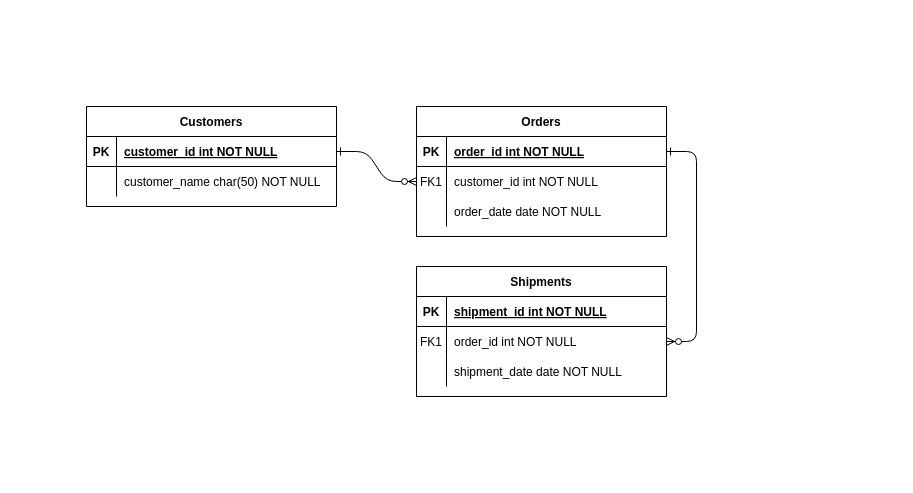
The draw.io diagram diagramaSelfInf.drawio in LeonNegrete/grupo_2_SelfInd, before the edit. Source tidied: cells renumbered, new cells numbered last; positions are measured from the earlier drawing's top-left corner, leaving out a move shared by most shapes. Both pictures are drawn from the tidied source at 100%, with x=0, y=0 at pixel (86, 106).
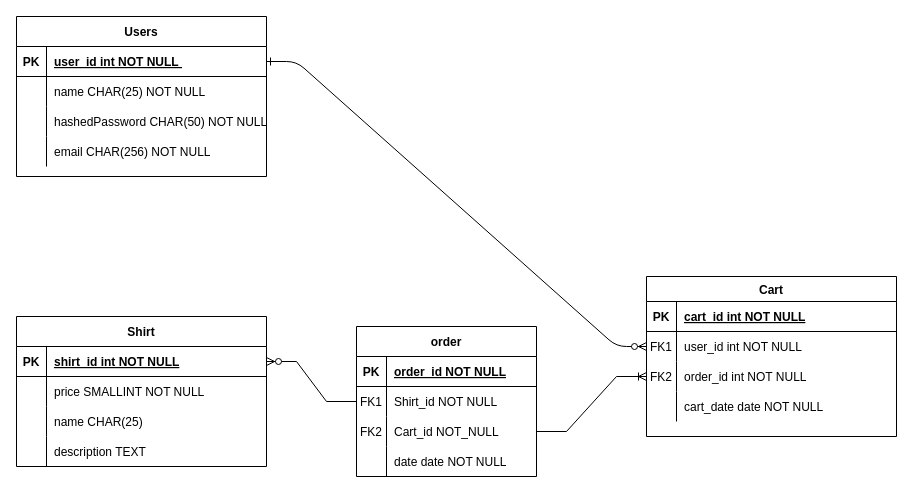
The same diagram, later.

Unchanged cells that the change refers to:
```xml
<mxCell id="25" style="shape=partialRectangle;fillColor=none;points=[[0,0.5],[1,0.5]];portConstraint=eastwest;top=0;left=0;right=0;bottom=1;" parent="24" vertex="1">
  <mxGeometry y="30" width="250" height="30" as="geometry" />
</mxCell>
<mxCell id="28" style="shape=partialRectangle;fillColor=none;top=0;left=0;right=0;bottom=0;" parent="24" vertex="1">
  <mxGeometry y="60" width="250" height="30" as="geometry" />
</mxCell>
```

What changed in the source:
```diff
@@
-    <mxCell id="3" style="edgeStyle=entityRelationEdgeStyle;endArrow=ERzeroToMany;startArrow=ERone;endFill=1;startFill=0;" parent="1" edge="1" source="5" target="18">
-      <mxGeometry relative="1" as="geometry" />
-    </mxCell>
-    <mxCell id="4" value="Orders" style="shape=table;startSize=30;childLayout=tableLayout;rowLines=0;fontStyle=1;align=center;" parent="1" vertex="1">
-      <mxGeometry x="330" width="250" height="130" as="geometry" />
+    <mxCell id="4" value="Cart" style="shape=table;startSize=25;childLayout=tableLayout;rowLines=0;fontStyle=1;align=center;" parent="1" vertex="1">
+      <mxGeometry x="560" y="170" width="250" height="160" as="geometry" />
     </mxCell>
     <mxCell id="5" style="shape=partialRectangle;fillColor=none;points=[[0,0.5],[1,0.5]];portConstraint=eastwest;top=0;left=0;right=0;bottom=1;" parent="4" vertex="1">
-      <mxGeometry y="30" width="250" height="30" as="geometry" />
+      <mxGeometry y="25" width="250" height="30" as="geometry" />
     </mxCell>
@@
-    <mxCell id="7" value="order_id int NOT NULL " style="shape=partialRectangle;overflow=hidden;fillColor=none;top=0;left=0;bottom=0;right=0;align=left;spacingLeft=6;fontStyle=5;" parent="5" vertex="1">
+    <mxCell id="7" value="cart_id int NOT NULL " style="shape=partialRectangle;overflow=hidden;fillColor=none;top=0;left=0;bottom=0;right=0;align=left;spacingLeft=6;fontStyle=5;" parent="5" vertex="1">
       <mxGeometry x="30" width="220" height="30" as="geometry" />
     </mxCell>
     <mxCell id="8" style="shape=partialRectangle;fillColor=none;points=[[0,0.5],[1,0.5]];portConstraint=eastwest;top=0;left=0;right=0;bottom=0;" parent="4" vertex="1">
-      <mxGeometry y="60" width="250" height="30" as="geometry" />
+      <mxGeometry y="55" width="250" height="30" as="geometry" />
     </mxCell>
@@
-    <mxCell id="10" value="customer_id int NOT NULL" style="shape=partialRectangle;overflow=hidden;fillColor=none;top=0;left=0;bottom=0;right=0;align=left;spacingLeft=6;" parent="8" vertex="1">
+    <mxCell id="10" value="user_id int NOT NULL" style="shape=partialRectangle;overflow=hidden;fillColor=none;top=0;left=0;bottom=0;right=0;align=left;spacingLeft=6;" parent="8" vertex="1">
       <mxGeometry x="30" width="220" height="30" as="geometry" />
     </mxCell>
+    <mxCell id="31" style="shape=partialRectangle;fillColor=none;points=[[0,0.5],[1,0.5]];portConstraint=eastwest;top=0;left=0;right=0;bottom=0;" parent="4" vertex="1">
+      <mxGeometry y="85" width="250" height="30" as="geometry" />
+    </mxCell>
+    <mxCell id="32" value="FK2" style="shape=partialRectangle;overflow=hidden;fillColor=none;top=0;left=0;bottom=0;right=0;" parent="31" vertex="1">
+      <mxGeometry width="30" height="30" as="geometry" />
+    </mxCell>
+    <mxCell id="20" value="order_id int NOT NULL" style="shape=partialRectangle;overflow=hidden;fillColor=none;top=0;left=0;bottom=0;right=0;align=left;spacingLeft=6;" parent="31" vertex="1">
+      <mxGeometry x="30" width="220" height="30" as="geometry" />
+    </mxCell>
     <mxCell id="11" style="shape=partialRectangle;fillColor=none;top=0;left=0;right=0;bottom=0;" parent="4" vertex="1">
-      <mxGeometry y="90" width="250" height="30" as="geometry" />
+      <mxGeometry y="115" width="250" height="30" as="geometry" />
     </mxCell>
@@
-    <mxCell id="13" value="order_date date NOT NULL" style="shape=partialRectangle;overflow=hidden;fillColor=none;top=0;left=0;bottom=0;right=0;align=left;spacingLeft=6;" parent="11" vertex="1">
+    <mxCell id="13" value="cart_date date NOT NULL" style="shape=partialRectangle;overflow=hidden;fillColor=none;top=0;left=0;bottom=0;right=0;align=left;spacingLeft=6;" parent="11" vertex="1">
       <mxGeometry x="30" width="220" height="30" as="geometry" />
     </mxCell>
-    <mxCell id="14" value="Shipments" style="shape=table;startSize=30;childLayout=tableLayout;rowLines=0;fontStyle=1;align=center;" parent="1" vertex="1">
-      <mxGeometry x="330" y="160" width="250" height="130" as="geometry" />
-    </mxCell>
-    <mxCell id="15" style="shape=partialRectangle;fillColor=none;top=0;left=0;right=0;bottom=1;" parent="14" vertex="1">
-      <mxGeometry y="30" width="250" height="30" as="geometry" />
-    </mxCell>
-    <mxCell id="16" value="PK" style="shape=partialRectangle;overflow=hidden;fillColor=none;top=0;left=0;bottom=0;right=0;fontStyle=1;" parent="15" vertex="1">
-      <mxGeometry width="30" height="30" as="geometry" />
-    </mxCell>
-    <mxCell id="17" value="shipment_id int NOT NULL " style="shape=partialRectangle;overflow=hidden;fillColor=none;top=0;left=0;bottom=0;right=0;align=left;spacingLeft=6;fontStyle=5;" parent="15" vertex="1">
-      <mxGeometry x="30" width="220" height="30" as="geometry" />
-    </mxCell>
-    <mxCell id="18" style="shape=partialRectangle;fillColor=none;points=[[0,0.5],[1,0.5]];portConstraint=eastwest;top=0;left=0;right=0;bottom=0;" parent="14" vertex="1">
-      <mxGeometry y="60" width="250" height="30" as="geometry" />
-    </mxCell>
-    <mxCell id="19" value="FK1" style="shape=partialRectangle;overflow=hidden;fillColor=none;top=0;left=0;bottom=0;right=0;" parent="18" vertex="1">
-      <mxGeometry width="30" height="30" as="geometry" />
-    </mxCell>
-    <mxCell id="20" value="order_id int NOT NULL" style="shape=partialRectangle;overflow=hidden;fillColor=none;top=0;left=0;bottom=0;right=0;align=left;spacingLeft=6;" parent="18" vertex="1">
-      <mxGeometry x="30" width="220" height="30" as="geometry" />
-    </mxCell>
-    <mxCell id="21" style="shape=partialRectangle;fillColor=none;top=0;left=0;right=0;bottom=0;" parent="14" vertex="1">
-      <mxGeometry y="90" width="250" height="30" as="geometry" />
-    </mxCell>
-    <mxCell id="22" style="shape=partialRectangle;overflow=hidden;fillColor=none;top=0;left=0;bottom=0;right=0;" parent="21" vertex="1">
-      <mxGeometry width="30" height="30" as="geometry" />
-    </mxCell>
-    <mxCell id="23" value="shipment_date date NOT NULL" style="shape=partialRectangle;overflow=hidden;fillColor=none;top=0;left=0;bottom=0;right=0;align=left;spacingLeft=6;" parent="21" vertex="1">
-      <mxGeometry x="30" width="220" height="30" as="geometry" />
-    </mxCell>
-    <mxCell id="24" value="Customers" style="shape=table;startSize=30;childLayout=tableLayout;rowLines=0;fontStyle=1;align=center;" parent="1" vertex="1">
-      <mxGeometry width="250" height="100" as="geometry" />
+    <mxCell id="24" value="Users" style="shape=table;startSize=30;childLayout=tableLayout;rowLines=0;fontStyle=1;align=center;" parent="1" vertex="1">
+      <mxGeometry x="-70" y="-90" width="250" height="160" as="geometry" />
     </mxCell>
@@
-    <mxCell id="27" value="customer_id int NOT NULL " style="shape=partialRectangle;overflow=hidden;fillColor=none;top=0;left=0;bottom=0;right=0;align=left;spacingLeft=6;fontStyle=5;" parent="25" vertex="1">
+    <mxCell id="27" value="user_id int NOT NULL " style="shape=partialRectangle;overflow=hidden;fillColor=none;top=0;left=0;bottom=0;right=0;align=left;spacingLeft=6;fontStyle=5;" parent="25" vertex="1">
       <mxGeometry x="30" width="220" height="30" as="geometry" />
     </mxCell>
@@
-    <mxCell id="30" value="customer_name char(50) NOT NULL" style="shape=partialRectangle;overflow=hidden;fillColor=none;top=0;left=0;bottom=0;right=0;align=left;spacingLeft=6;" parent="28" vertex="1">
+    <mxCell id="30" value="name CHAR(25) NOT NULL" style="shape=partialRectangle;overflow=hidden;fillColor=none;top=0;left=0;bottom=0;right=0;align=left;spacingLeft=6;" parent="28" vertex="1">
       <mxGeometry x="30" width="220" height="30" as="geometry" />
     </mxCell>
+    <mxCell id="21" style="shape=partialRectangle;fillColor=none;top=0;left=0;right=0;bottom=0;" parent="24" vertex="1">
+      <mxGeometry y="90" width="250" height="30" as="geometry" />
+    </mxCell>
+    <mxCell id="33" style="shape=partialRectangle;overflow=hidden;fillColor=none;top=0;left=0;bottom=0;right=0;" parent="21" vertex="1">
+      <mxGeometry width="30" height="30" as="geometry" />
+    </mxCell>
+    <mxCell id="34" value="hashedPassword CHAR(50) NOT NULL" style="shape=partialRectangle;overflow=hidden;fillColor=none;top=0;left=0;bottom=0;right=0;align=left;spacingLeft=6;" parent="21" vertex="1">
+      <mxGeometry x="30" width="220" height="30" as="geometry" />
+    </mxCell>
+    <mxCell id="35" style="shape=partialRectangle;fillColor=none;top=0;left=0;right=0;bottom=0;" parent="24" vertex="1">
+      <mxGeometry y="120" width="250" height="30" as="geometry" />
+    </mxCell>
+    <mxCell id="36" style="shape=partialRectangle;overflow=hidden;fillColor=none;top=0;left=0;bottom=0;right=0;" parent="35" vertex="1">
+      <mxGeometry width="30" height="30" as="geometry" />
+    </mxCell>
+    <mxCell id="37" value="email CHAR(256) NOT NULL" style="shape=partialRectangle;overflow=hidden;fillColor=none;top=0;left=0;bottom=0;right=0;align=left;spacingLeft=6;" parent="35" vertex="1">
+      <mxGeometry x="30" width="220" height="30" as="geometry" />
+    </mxCell>
+    <mxCell id="38" value="Shirt" style="shape=table;startSize=30;childLayout=tableLayout;rowLines=0;fontStyle=1;align=center;" parent="1" vertex="1">
+      <mxGeometry x="-70" y="210" width="250" height="150" as="geometry" />
+    </mxCell>
+    <mxCell id="39" style="shape=tableRow;horizontal=0;startSize=0;swimlaneHead=0;swimlaneBody=0;fillColor=none;points=[[0,0.5],[1,0.5]];portConstraint=eastwest;top=0;left=0;right=0;bottom=1;" parent="38" vertex="1">
+      <mxGeometry y="30" width="250" height="30" as="geometry" />
+    </mxCell>
+    <mxCell id="40" value="PK" style="shape=partialRectangle;fillColor=none;top=0;left=0;bottom=0;right=0;fontStyle=1;overflow=hidden;" parent="39" vertex="1">
+      <mxGeometry width="30" height="30" as="geometry" />
+    </mxCell>
+    <mxCell id="41" value="shirt_id int NOT NULL" style="shape=partialRectangle;fillColor=none;top=0;left=0;bottom=0;right=0;align=left;spacingLeft=6;fontStyle=5;overflow=hidden;" parent="39" vertex="1">
+      <mxGeometry x="30" width="220" height="30" as="geometry" />
+    </mxCell>
+    <mxCell id="42" style="shape=tableRow;horizontal=0;startSize=0;swimlaneHead=0;swimlaneBody=0;fillColor=none;top=0;left=0;right=0;bottom=0;" parent="38" vertex="1">
+      <mxGeometry y="60" width="250" height="30" as="geometry" />
+    </mxCell>
+    <mxCell id="43" style="shape=partialRectangle;fillColor=none;top=0;left=0;bottom=0;right=0;overflow=hidden;" parent="42" vertex="1">
+      <mxGeometry width="30" height="30" as="geometry" />
+    </mxCell>
+    <mxCell id="44" value="price SMALLINT NOT NULL" style="shape=partialRectangle;fillColor=none;top=0;left=0;bottom=0;right=0;align=left;spacingLeft=6;overflow=hidden;" parent="42" vertex="1">
+      <mxGeometry x="30" width="220" height="30" as="geometry" />
+    </mxCell>
+    <mxCell id="45" style="shape=tableRow;horizontal=0;startSize=0;swimlaneHead=0;swimlaneBody=0;fillColor=none;top=0;left=0;right=0;bottom=0;" parent="38" vertex="1">
+      <mxGeometry y="90" width="250" height="30" as="geometry" />
+    </mxCell>
+    <mxCell id="46" style="shape=partialRectangle;fillColor=none;top=0;left=0;bottom=0;right=0;overflow=hidden;" parent="45" vertex="1">
+      <mxGeometry width="30" height="30" as="geometry" />
+    </mxCell>
+    <mxCell id="47" value="name CHAR(25)" style="shape=partialRectangle;fillColor=none;top=0;left=0;bottom=0;right=0;align=left;spacingLeft=6;overflow=hidden;" parent="45" vertex="1">
+      <mxGeometry x="30" width="220" height="30" as="geometry" />
+    </mxCell>
+    <mxCell id="48" style="shape=tableRow;horizontal=0;startSize=0;swimlaneHead=0;swimlaneBody=0;fillColor=none;top=0;left=0;right=0;bottom=0;" parent="38" vertex="1">
+      <mxGeometry y="120" width="250" height="30" as="geometry" />
+    </mxCell>
+    <mxCell id="49" style="shape=partialRectangle;fillColor=none;top=0;left=0;bottom=0;right=0;overflow=hidden;" parent="48" vertex="1">
+      <mxGeometry width="30" height="30" as="geometry" />
+    </mxCell>
+    <mxCell id="50" value="description TEXT " style="shape=partialRectangle;fillColor=none;top=0;left=0;bottom=0;right=0;align=left;spacingLeft=6;overflow=hidden;" parent="48" vertex="1">
+      <mxGeometry x="30" width="220" height="30" as="geometry" />
+    </mxCell>
+    <mxCell id="51" style="edgeStyle=entityRelationEdgeStyle;fontSize=12;html=1;endArrow=ERzeroToMany;endFill=1;rounded=0;entryX=1;entryY=0.5;entryDx=0;entryDy=0;exitX=0;exitY=0.5;exitDx=0;exitDy=0;" parent="1" edge="1" source="56" target="39">
+      <mxGeometry relative="1" as="geometry" />
+    </mxCell>
+    <mxCell id="52" value="order" style="shape=table;startSize=30;childLayout=tableLayout;rowLines=0;fontStyle=1;align=center;" parent="1" vertex="1">
+      <mxGeometry x="270" y="220" width="180" height="150" as="geometry" />
+    </mxCell>
+    <mxCell id="53" style="shape=tableRow;horizontal=0;startSize=0;swimlaneHead=0;swimlaneBody=0;fillColor=none;top=0;left=0;right=0;bottom=1;" parent="52" vertex="1">
+      <mxGeometry y="30" width="180" height="30" as="geometry" />
+    </mxCell>
+    <mxCell id="54" value="PK" style="shape=partialRectangle;fillColor=none;top=0;left=0;bottom=0;right=0;fontStyle=1;overflow=hidden;" parent="53" vertex="1">
+      <mxGeometry width="30" height="30" as="geometry" />
+    </mxCell>
+    <mxCell id="55" value="order_id NOT NULL" style="shape=partialRectangle;fillColor=none;top=0;left=0;bottom=0;right=0;align=left;spacingLeft=6;fontStyle=5;overflow=hidden;" parent="53" vertex="1">
+      <mxGeometry x="30" width="150" height="30" as="geometry" />
+    </mxCell>
+    <mxCell id="56" style="shape=tableRow;horizontal=0;startSize=0;swimlaneHead=0;swimlaneBody=0;fillColor=none;points=[[0,0.5],[1,0.5]];portConstraint=eastwest;top=0;left=0;right=0;bottom=0;" parent="52" vertex="1">
+      <mxGeometry y="60" width="180" height="30" as="geometry" />
+    </mxCell>
+    <mxCell id="19" value="FK1" style="shape=partialRectangle;fillColor=none;top=0;left=0;bottom=0;right=0;overflow=hidden;" parent="56" vertex="1">
+      <mxGeometry width="30" height="30" as="geometry" />
+    </mxCell>
+    <mxCell id="57" value="Shirt_id NOT NULL" style="shape=partialRectangle;fillColor=none;top=0;left=0;bottom=0;right=0;align=left;spacingLeft=6;overflow=hidden;" parent="56" vertex="1">
+      <mxGeometry x="30" width="150" height="30" as="geometry" />
+    </mxCell>
+    <mxCell id="58" style="shape=tableRow;horizontal=0;startSize=0;swimlaneHead=0;swimlaneBody=0;fillColor=none;points=[[0,0.5],[1,0.5]];portConstraint=eastwest;top=0;left=0;right=0;bottom=0;" parent="52" vertex="1">
+      <mxGeometry y="90" width="180" height="30" as="geometry" />
+    </mxCell>
+    <mxCell id="59" value="FK2" style="shape=partialRectangle;fillColor=none;top=0;left=0;bottom=0;right=0;overflow=hidden;" parent="58" vertex="1">
+      <mxGeometry width="30" height="30" as="geometry" />
+    </mxCell>
+    <mxCell id="60" value="Cart_id NOT_NULL" style="shape=partialRectangle;fillColor=none;top=0;left=0;bottom=0;right=0;align=left;spacingLeft=6;overflow=hidden;" parent="58" vertex="1">
+      <mxGeometry x="30" width="150" height="30" as="geometry" />
+    </mxCell>
+    <mxCell id="61" style="shape=tableRow;horizontal=0;startSize=0;swimlaneHead=0;swimlaneBody=0;fillColor=none;top=0;left=0;right=0;bottom=0;" parent="52" vertex="1">
+      <mxGeometry y="120" width="180" height="30" as="geometry" />
+    </mxCell>
+    <mxCell id="62" style="shape=partialRectangle;fillColor=none;top=0;left=0;bottom=0;right=0;overflow=hidden;" parent="61" vertex="1">
+      <mxGeometry width="30" height="30" as="geometry" />
+    </mxCell>
+    <mxCell id="63" value="date date NOT NULL" style="shape=partialRectangle;fillColor=none;top=0;left=0;bottom=0;right=0;align=left;spacingLeft=6;overflow=hidden;" parent="61" vertex="1">
+      <mxGeometry x="30" width="150" height="30" as="geometry" />
+    </mxCell>
+    <mxCell id="64" style="edgeStyle=entityRelationEdgeStyle;fontSize=12;html=1;endArrow=ERoneToMany;rounded=0;exitX=1;exitY=0.5;exitDx=0;exitDy=0;entryX=0;entryY=0.5;entryDx=0;entryDy=0;" parent="1" edge="1" source="58" target="31">
+      <mxGeometry relative="1" as="geometry" />
+    </mxCell>
```
